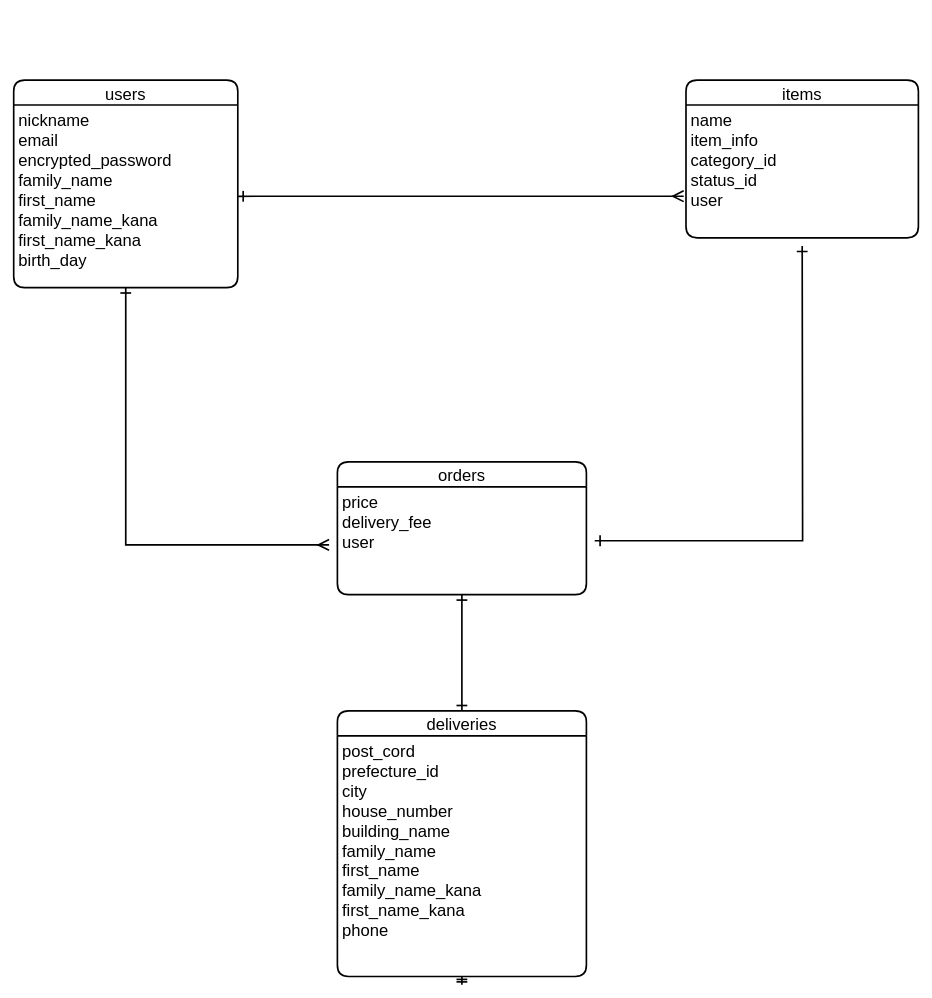
Earlier version of the draw.io diagram furima.dio (chiharukakimoto/furima-36185). Source tidied: cells renumbered, new cells numbered last; positions are measured from the earlier drawing's top-left corner, leaving out a move shared by most shapes. Both pictures are drawn from the tidied source at 83%, with x=0, y=0 at pixel (13, 80).
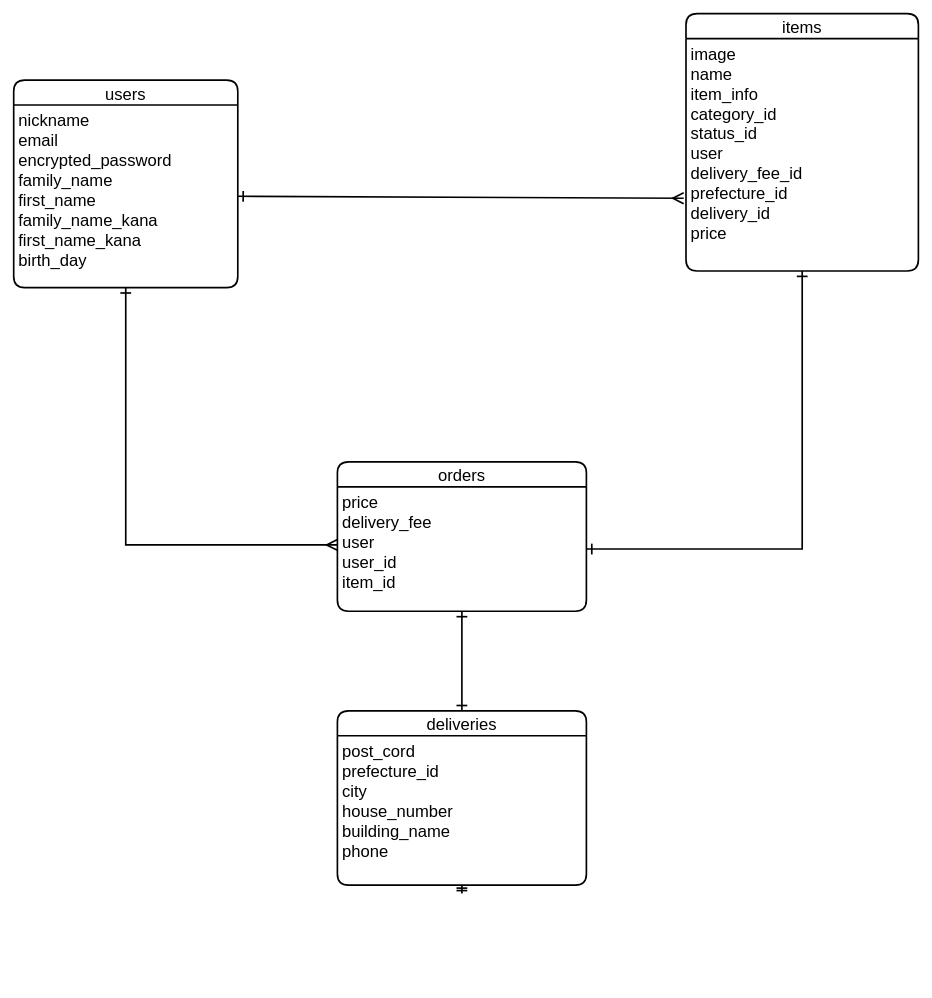
Above is the later version.

Change to the diagram source:
```diff
@@
 <mxGraphModel>
   <root>
     <mxCell id="0" />
     <mxCell id="1" parent="0" />
     <mxCell id="2" value="users" style="swimlane;horizontal=1;startSize=30;rounded=1;fontSize=20;fontStyle=0;strokeWidth=2;shadow=0;dashed=0;align=center;" parent="1" vertex="1">
       <mxGeometry width="270" height="250" as="geometry" />
     </mxCell>
     <mxCell id="3" value="nickname&#10;email&#10;encrypted_password&#10;family_name&#10;first_name&#10;family_name_kana&#10;first_name_kana&#10;birth_day" style="align=left;strokeColor=none;fillColor=none;spacingLeft=4;fontSize=20;verticalAlign=top;" parent="2" vertex="1">
       <mxGeometry y="30" width="270" height="220" as="geometry" />
     </mxCell>
     <mxCell id="4" value="items" style="swimlane;horizontal=1;startSize=30;rounded=1;fontSize=20;fontStyle=0;strokeWidth=2;shadow=0;dashed=0;align=center;" parent="1" vertex="1">
-      <mxGeometry x="810" width="280" height="190" as="geometry" />
+      <mxGeometry x="810" y="-80" width="280" height="310" as="geometry" />
     </mxCell>
-    <mxCell id="5" value="name&#10;item_info&#10;category_id&#10;status_id&#10;user" style="align=left;strokeColor=none;fillColor=none;spacingLeft=4;fontSize=20;verticalAlign=top;" parent="4" vertex="1">
-      <mxGeometry y="30" width="280" height="160" as="geometry" />
+    <mxCell id="5" value="image&#10;name&#10;item_info&#10;category_id&#10;status_id&#10;user&#10;delivery_fee_id&#10;prefecture_id&#10;delivery_id&#10;price" style="align=left;strokeColor=none;fillColor=none;spacingLeft=4;fontSize=20;verticalAlign=top;" parent="4" vertex="1">
+      <mxGeometry y="30" width="280" height="280" as="geometry" />
     </mxCell>
     <mxCell id="6" value="deliveries" style="swimlane;horizontal=1;startSize=30;rounded=1;fontSize=20;fontStyle=0;strokeWidth=2;shadow=0;dashed=0;align=center;" parent="1" vertex="1">
-      <mxGeometry x="390" y="760" width="300" height="320" as="geometry" />
+      <mxGeometry x="390" y="760" width="300" height="210" as="geometry" />
     </mxCell>
-    <mxCell id="7" value="post_cord&#10;prefecture_id&#10;city&#10;house_number&#10;building_name&#10;family_name&#10;first_name&#10;family_name_kana&#10;first_name_kana&#10;phone&#10;" style="align=left;strokeColor=none;fillColor=none;spacingLeft=4;fontSize=20;verticalAlign=top;" parent="6" vertex="1">
-      <mxGeometry y="30" width="300" height="290" as="geometry" />
+    <mxCell id="7" value="post_cord&#10;prefecture_id&#10;city&#10;house_number&#10;building_name&#10;phone&#10;" style="align=left;strokeColor=none;fillColor=none;spacingLeft=4;fontSize=20;verticalAlign=top;" parent="6" vertex="1">
+      <mxGeometry y="30" width="300" height="180" as="geometry" />
     </mxCell>
     <mxCell id="8" style="edgeStyle=none;rounded=0;orthogonalLoop=1;jettySize=auto;html=1;exitX=0.5;exitY=1;exitDx=0;exitDy=0;fontSize=20;startArrow=ERone;startFill=0;endArrow=ERone;endFill=0;startSize=10;endSize=10;sourcePerimeterSpacing=10;targetPerimeterSpacing=10;strokeWidth=2;" parent="6" edge="1" source="7" target="7">
       <mxGeometry relative="1" as="geometry" />
     </mxCell>
     <mxCell id="9" value="orders" style="swimlane;horizontal=1;startSize=30;rounded=1;fontSize=20;fontStyle=0;strokeWidth=2;shadow=0;dashed=0;align=center;" parent="1" vertex="1">
-      <mxGeometry x="390" y="460" width="300" height="160" as="geometry" />
+      <mxGeometry x="390" y="460" width="300" height="180" as="geometry" />
     </mxCell>
-    <mxCell id="10" value="price&#10;delivery_fee&#10;user" style="align=left;strokeColor=none;fillColor=none;spacingLeft=4;fontSize=20;verticalAlign=top;" parent="9" vertex="1">
-      <mxGeometry y="30" width="300" height="130" as="geometry" />
+    <mxCell id="10" value="price&#10;delivery_fee&#10;user&#10;user_id&#10;item_id" style="align=left;strokeColor=none;fillColor=none;spacingLeft=4;fontSize=20;verticalAlign=top;" parent="9" vertex="1">
+      <mxGeometry y="30" width="300" height="150" as="geometry" />
     </mxCell>
-    <mxCell id="11" style="edgeStyle=orthogonalEdgeStyle;rounded=0;jettySize=auto;html=1;fontSize=20;startArrow=ERmany;startFill=0;endArrow=ERone;endFill=0;startSize=10;endSize=10;sourcePerimeterSpacing=10;targetPerimeterSpacing=10;strokeWidth=2;entryX=0.5;entryY=1;entryDx=0;entryDy=0;" parent="1" edge="1" source="10" target="3">
+    <mxCell id="11" style="edgeStyle=orthogonalEdgeStyle;rounded=0;jettySize=auto;html=1;fontSize=20;startArrow=ERmany;startFill=0;endArrow=ERone;endFill=0;startSize=10;endSize=10;sourcePerimeterSpacing=10;targetPerimeterSpacing=10;strokeWidth=2;entryX=0.5;entryY=1;entryDx=0;entryDy=0;" parent="1" edge="1" target="3">
       <mxGeometry relative="1" as="geometry">
+        <mxPoint x="390" y="560" as="sourcePoint" />
         <Array as="points">
           <mxPoint x="135" y="560" />
         </Array>
       </mxGeometry>
     </mxCell>
     <mxCell id="12" style="rounded=0;jettySize=auto;html=1;exitX=1;exitY=0.5;exitDx=0;exitDy=0;entryX=-0.01;entryY=0.687;entryDx=0;entryDy=0;entryPerimeter=0;fontSize=20;startArrow=ERone;startFill=0;endArrow=ERmany;endFill=0;startSize=10;endSize=10;sourcePerimeterSpacing=10;targetPerimeterSpacing=10;strokeWidth=2;" parent="1" edge="1" source="3" target="5">
       <mxGeometry relative="1" as="geometry" />
     </mxCell>
     <mxCell id="13" style="edgeStyle=none;rounded=0;jettySize=auto;html=1;exitX=0.5;exitY=1;exitDx=0;exitDy=0;entryX=0.5;entryY=0;entryDx=0;entryDy=0;fontSize=20;startArrow=ERone;startFill=0;endArrow=ERone;endFill=0;startSize=10;endSize=10;sourcePerimeterSpacing=10;targetPerimeterSpacing=10;strokeWidth=2;" parent="1" edge="1" source="10" target="6">
       <mxGeometry relative="1" as="geometry" />
     </mxCell>
-    <mxCell id="14" style="edgeStyle=orthogonalEdgeStyle;rounded=0;jettySize=auto;html=1;fontSize=20;startArrow=ERone;startFill=0;endArrow=ERone;endFill=0;startSize=10;endSize=10;sourcePerimeterSpacing=10;targetPerimeterSpacing=10;strokeWidth=2;" parent="1" edge="1" source="10">
-      <mxGeometry relative="1" as="geometry">
-        <mxPoint x="950" y="200" as="targetPoint" />
-      </mxGeometry>
+    <mxCell id="14" style="edgeStyle=orthogonalEdgeStyle;rounded=0;jettySize=auto;html=1;fontSize=20;startArrow=ERone;startFill=0;endArrow=ERone;endFill=0;startSize=10;endSize=10;sourcePerimeterSpacing=10;targetPerimeterSpacing=10;strokeWidth=2;exitX=1;exitY=0.5;exitDx=0;exitDy=0;entryX=0.5;entryY=1;entryDx=0;entryDy=0;" parent="1" edge="1" source="10" target="5">
+      <mxGeometry relative="1" as="geometry" />
     </mxCell>
   </root>
 </mxGraphModel>
```
